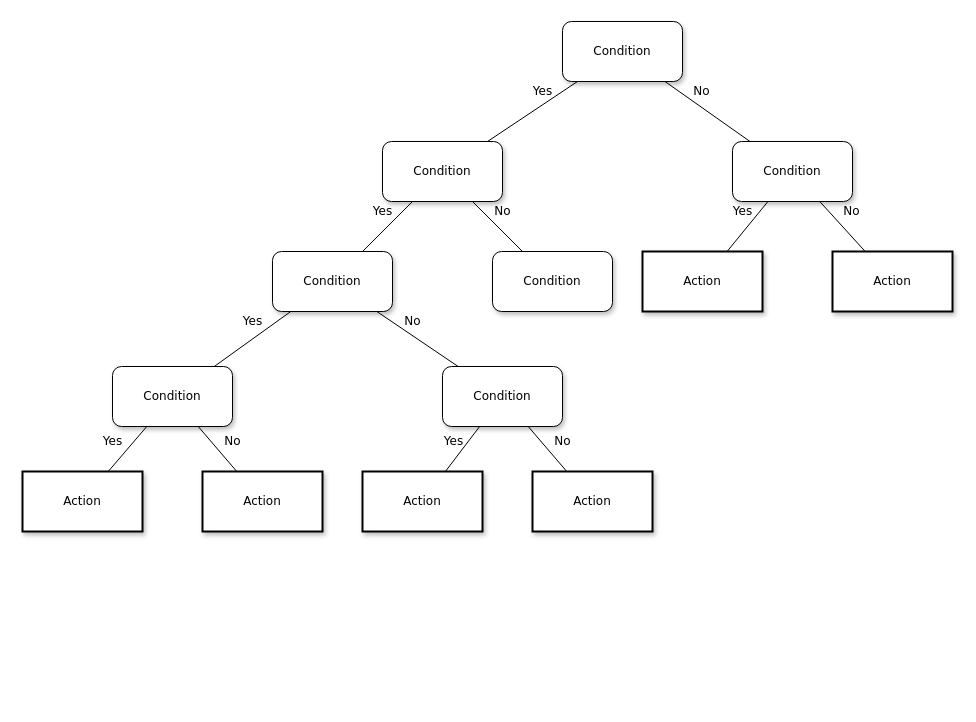
Earlier version of the draw.io diagram Greer_SQL_NoSQL.drawio (greermp/7212). Source tidied: cells renumbered, new cells numbered last; positions are measured from the earlier drawing's top-left corner, leaving out a move shared by most shapes. Both pictures are drawn from the tidied source at 100%, with x=0, y=0 at pixel (22, 21).
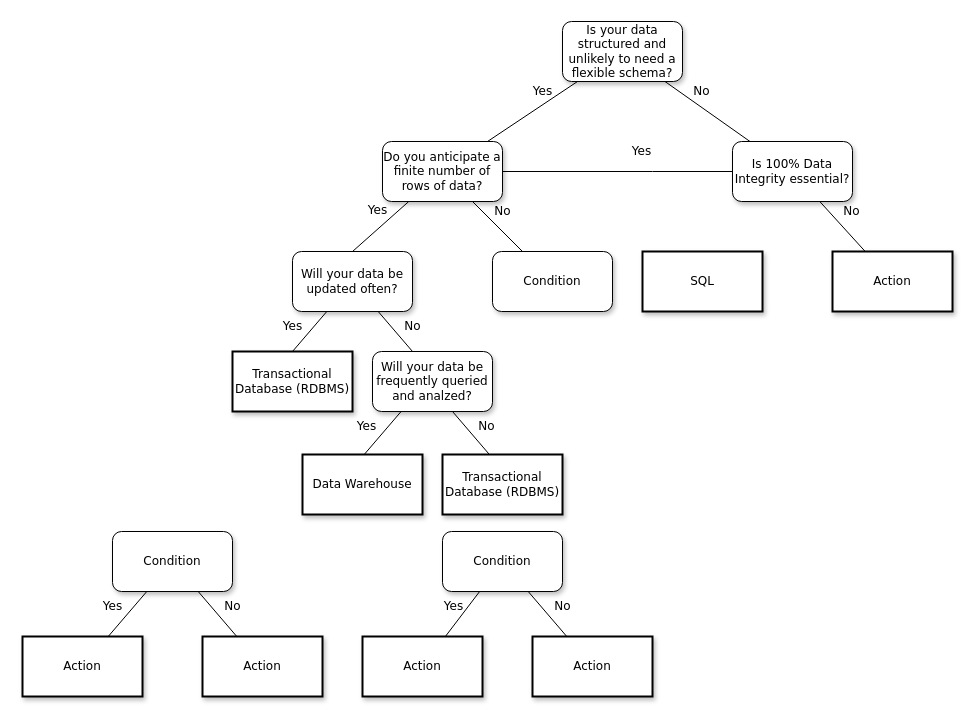
Above is the later version.

Change to the diagram source:
```diff
@@
-    <mxCell id="2" value="Condition" style="whiteSpace=wrap;html=1;rounded=1;shadow=1;labelBackgroundColor=none;strokeWidth=1;fontFamily=Verdana;fontSize=12;align=center;" parent="1" vertex="1">
+    <mxCell id="2" value="Is your data structured and unlikely to need a flexible schema?" style="whiteSpace=wrap;html=1;rounded=1;shadow=1;labelBackgroundColor=none;strokeWidth=1;fontFamily=Verdana;fontSize=12;align=center;" parent="1" vertex="1">
       <mxGeometry x="540" width="120" height="60" as="geometry" />
     </mxCell>
-    <mxCell id="3" value="&lt;span&gt;Condition&lt;/span&gt;" style="whiteSpace=wrap;html=1;rounded=1;shadow=1;labelBackgroundColor=none;strokeWidth=1;fontFamily=Verdana;fontSize=12;align=center;" parent="1" vertex="1">
+    <mxCell id="3" value="&lt;span&gt;Do you anticipate a finite number of rows of data?&lt;/span&gt;" style="whiteSpace=wrap;html=1;rounded=1;shadow=1;labelBackgroundColor=none;strokeWidth=1;fontFamily=Verdana;fontSize=12;align=center;" parent="1" vertex="1">
       <mxGeometry x="360" y="120" width="120" height="60" as="geometry" />
     </mxCell>
-    <mxCell id="4" value="&lt;span&gt;Condition&lt;/span&gt;" style="whiteSpace=wrap;html=1;rounded=1;shadow=1;labelBackgroundColor=none;strokeWidth=1;fontFamily=Verdana;fontSize=12;align=center;" parent="1" vertex="1">
+    <mxCell id="4" value="&lt;span&gt;Is 100% Data Integrity essential?&lt;/span&gt;" style="whiteSpace=wrap;html=1;rounded=1;shadow=1;labelBackgroundColor=none;strokeWidth=1;fontFamily=Verdana;fontSize=12;align=center;" parent="1" vertex="1">
       <mxGeometry x="710" y="120" width="120" height="60" as="geometry" />
     </mxCell>
@@
-    <mxCell id="7" value="&lt;span&gt;Condition&lt;/span&gt;" style="whiteSpace=wrap;html=1;rounded=1;shadow=1;labelBackgroundColor=none;strokeWidth=1;fontFamily=Verdana;fontSize=12;align=center;" parent="1" vertex="1">
-      <mxGeometry x="250" y="230" width="120" height="60" as="geometry" />
-    </mxCell>
@@
-    <mxCell id="9" value="&lt;span&gt;Action&lt;/span&gt;" style="whiteSpace=wrap;html=1;rounded=0;shadow=1;labelBackgroundColor=none;strokeWidth=2;fontFamily=Verdana;fontSize=12;align=center;" parent="1" vertex="1">
+    <mxCell id="9" value="&lt;span&gt;SQL&lt;/span&gt;" style="whiteSpace=wrap;html=1;rounded=0;shadow=1;labelBackgroundColor=none;strokeWidth=2;fontFamily=Verdana;fontSize=12;align=center;" parent="1" vertex="1">
       <mxGeometry x="620" y="230" width="120" height="60" as="geometry" />
     </mxCell>
@@
     <mxCell id="11" value="&lt;span&gt;Condition&lt;/span&gt;" style="whiteSpace=wrap;html=1;rounded=1;shadow=1;labelBackgroundColor=none;strokeWidth=1;fontFamily=Verdana;fontSize=12;align=center;" parent="1" vertex="1">
-      <mxGeometry x="90" y="345" width="120" height="60" as="geometry" />
+      <mxGeometry x="90" y="510" width="120" height="60" as="geometry" />
     </mxCell>
     <mxCell id="12" value="&lt;span&gt;Condition&lt;/span&gt;" style="whiteSpace=wrap;html=1;rounded=1;shadow=1;labelBackgroundColor=none;strokeWidth=1;fontFamily=Verdana;fontSize=12;align=center;" parent="1" vertex="1">
-      <mxGeometry x="420" y="345" width="120" height="60" as="geometry" />
+      <mxGeometry x="420" y="510" width="120" height="60" as="geometry" />
     </mxCell>
-    <mxCell id="13" value="Yes" style="rounded=0;html=1;labelBackgroundColor=none;startArrow=none;startFill=0;startSize=5;endArrow=none;endFill=0;endSize=5;jettySize=auto;strokeWidth=1;fontFamily=Verdana;fontSize=12;" parent="1" edge="1" source="3" target="7">
-      <mxGeometry x="-0.2" y="-14" relative="1" as="geometry" />
+    <mxCell id="13" value="Yes" style="rounded=0;html=1;labelBackgroundColor=none;startArrow=none;startFill=0;startSize=5;endArrow=none;endFill=0;endSize=5;jettySize=auto;strokeWidth=1;fontFamily=Verdana;fontSize=12;" parent="1" edge="1" source="3">
+      <mxGeometry x="-0.2" y="-14" relative="1" as="geometry">
+        <mxPoint x="330" y="230" as="targetPoint" />
+      </mxGeometry>
     </mxCell>
@@
-    <mxCell id="15" value="Yes" style="rounded=0;html=1;labelBackgroundColor=none;startArrow=none;startFill=0;startSize=5;endArrow=none;endFill=0;endSize=5;jettySize=auto;strokeWidth=1;fontFamily=Verdana;fontSize=12;" parent="1" edge="1" source="4" target="9">
-      <mxGeometry x="-0.26" y="-13" relative="1" as="geometry" />
+    <mxCell id="15" value="Yes" style="rounded=0;html=1;labelBackgroundColor=none;startArrow=none;startFill=0;startSize=5;endArrow=none;endFill=0;endSize=5;jettySize=auto;strokeWidth=1;fontFamily=Verdana;fontSize=12;entryX=1;entryY=0.5;entryDx=0;entryDy=0;" parent="1" edge="1" source="4" target="3">
+      <mxGeometry x="-0.22" y="-20" relative="1" as="geometry">
+        <Array as="points">
+          <mxPoint x="630" y="150" />
+        </Array>
+        <mxPoint x="-1" as="offset" />
+      </mxGeometry>
     </mxCell>
@@
-    <mxCell id="17" value="Yes" style="rounded=0;html=1;labelBackgroundColor=none;startArrow=none;startFill=0;startSize=5;endArrow=none;endFill=0;endSize=5;jettySize=auto;strokeWidth=1;fontFamily=Verdana;fontSize=12;" parent="1" edge="1" source="7" target="11">
-      <mxGeometry x="-0.22" y="-14" relative="1" as="geometry" />
-    </mxCell>
-    <mxCell id="18" value="No" style="rounded=0;html=1;labelBackgroundColor=none;startArrow=none;startFill=0;startSize=5;endArrow=none;endFill=0;endSize=5;jettySize=auto;strokeWidth=1;fontFamily=Verdana;fontSize=12;" parent="1" edge="1" source="7" target="12">
-      <mxGeometry x="-0.28" y="12" relative="1" as="geometry" />
-    </mxCell>
     <mxCell id="19" value="Action" style="whiteSpace=wrap;html=1;rounded=0;shadow=1;labelBackgroundColor=none;strokeWidth=2;fontFamily=Verdana;fontSize=12;align=center;" parent="1" vertex="1">
-      <mxGeometry y="450" width="120" height="60" as="geometry" />
+      <mxGeometry y="615" width="120" height="60" as="geometry" />
     </mxCell>
     <mxCell id="20" value="&lt;span&gt;Action&lt;/span&gt;" style="whiteSpace=wrap;html=1;rounded=0;shadow=1;labelBackgroundColor=none;strokeWidth=2;fontFamily=Verdana;fontSize=12;align=center;" parent="1" vertex="1">
-      <mxGeometry x="180" y="450" width="120" height="60" as="geometry" />
+      <mxGeometry x="180" y="615" width="120" height="60" as="geometry" />
     </mxCell>
     <mxCell id="21" value="&lt;span&gt;Action&lt;/span&gt;" style="whiteSpace=wrap;html=1;rounded=0;shadow=1;labelBackgroundColor=none;strokeWidth=2;fontFamily=Verdana;fontSize=12;align=center;" parent="1" vertex="1">
-      <mxGeometry x="340" y="450" width="120" height="60" as="geometry" />
+      <mxGeometry x="340" y="615" width="120" height="60" as="geometry" />
     </mxCell>
     <mxCell id="22" value="&lt;span&gt;Action&lt;/span&gt;" style="whiteSpace=wrap;html=1;rounded=0;shadow=1;labelBackgroundColor=none;strokeWidth=2;fontFamily=Verdana;fontSize=12;align=center;" parent="1" vertex="1">
-      <mxGeometry x="510" y="450" width="120" height="60" as="geometry" />
+      <mxGeometry x="510" y="615" width="120" height="60" as="geometry" />
     </mxCell>
@@
+    <mxCell id="27" value="&lt;span&gt;Will your data be updated often?&lt;/span&gt;" style="whiteSpace=wrap;html=1;rounded=1;shadow=1;labelBackgroundColor=none;strokeWidth=1;fontFamily=Verdana;fontSize=12;align=center;" parent="1" vertex="1">
+      <mxGeometry x="270" y="230" width="120" height="60" as="geometry" />
+    </mxCell>
+    <mxCell id="28" value="Yes" style="rounded=0;html=1;labelBackgroundColor=none;startArrow=none;startFill=0;startSize=5;endArrow=none;endFill=0;endSize=5;jettySize=auto;orthogonalLoop=1;strokeWidth=1;fontFamily=Verdana;fontSize=12;" parent="1" edge="1">
+      <mxGeometry x="0.14" y="-16" relative="1" as="geometry">
+        <mxPoint x="304.3" y="290" as="sourcePoint" />
+        <mxPoint x="265.7" y="335" as="targetPoint" />
+      </mxGeometry>
+    </mxCell>
+    <mxCell id="29" value="No" style="rounded=0;html=1;labelBackgroundColor=none;startArrow=none;startFill=0;startSize=5;endArrow=none;endFill=0;endSize=5;jettySize=auto;orthogonalLoop=1;strokeWidth=1;fontFamily=Verdana;fontSize=12;" parent="1" edge="1">
+      <mxGeometry x="0.14" y="16" relative="1" as="geometry">
+        <mxPoint x="355.7" y="290" as="sourcePoint" />
+        <mxPoint x="394.3" y="335" as="targetPoint" />
+      </mxGeometry>
+    </mxCell>
+    <mxCell id="30" value="Transactional Database (RDBMS)" style="whiteSpace=wrap;html=1;rounded=0;shadow=1;labelBackgroundColor=none;strokeWidth=2;fontFamily=Verdana;fontSize=12;align=center;" parent="1" vertex="1">
+      <mxGeometry x="210" y="330" width="120" height="60" as="geometry" />
+    </mxCell>
+    <mxCell id="31" value="Will your data be frequently queried and analzed?" style="whiteSpace=wrap;html=1;rounded=1;shadow=1;labelBackgroundColor=none;strokeWidth=1;fontFamily=Verdana;fontSize=12;align=center;" parent="1" vertex="1">
+      <mxGeometry x="350" y="330" width="120" height="60" as="geometry" />
+    </mxCell>
+    <mxCell id="32" value="Yes" style="rounded=0;html=1;labelBackgroundColor=none;startArrow=none;startFill=0;startSize=5;endArrow=none;endFill=0;endSize=5;jettySize=auto;orthogonalLoop=1;strokeWidth=1;fontFamily=Verdana;fontSize=12;" parent="1" edge="1">
+      <mxGeometry x="0.14" y="-16" relative="1" as="geometry">
+        <mxPoint x="378.6" y="390" as="sourcePoint" />
+        <mxPoint x="340" y="435" as="targetPoint" />
+      </mxGeometry>
+    </mxCell>
+    <mxCell id="33" value="No" style="rounded=0;html=1;labelBackgroundColor=none;startArrow=none;startFill=0;startSize=5;endArrow=none;endFill=0;endSize=5;jettySize=auto;orthogonalLoop=1;strokeWidth=1;fontFamily=Verdana;fontSize=12;" parent="1" edge="1">
+      <mxGeometry x="0.14" y="16" relative="1" as="geometry">
+        <mxPoint x="430" y="390" as="sourcePoint" />
+        <mxPoint x="468.6" y="435" as="targetPoint" />
+      </mxGeometry>
+    </mxCell>
+    <mxCell id="34" value="Transactional Database (RDBMS)" style="whiteSpace=wrap;html=1;rounded=0;shadow=1;labelBackgroundColor=none;strokeWidth=2;fontFamily=Verdana;fontSize=12;align=center;" parent="1" vertex="1">
+      <mxGeometry x="420" y="433" width="120" height="60" as="geometry" />
+    </mxCell>
+    <mxCell id="35" value="Data Warehouse" style="whiteSpace=wrap;html=1;rounded=0;shadow=1;labelBackgroundColor=none;strokeWidth=2;fontFamily=Verdana;fontSize=12;align=center;" parent="1" vertex="1">
+      <mxGeometry x="280" y="433" width="120" height="60" as="geometry" />
+    </mxCell>
```
